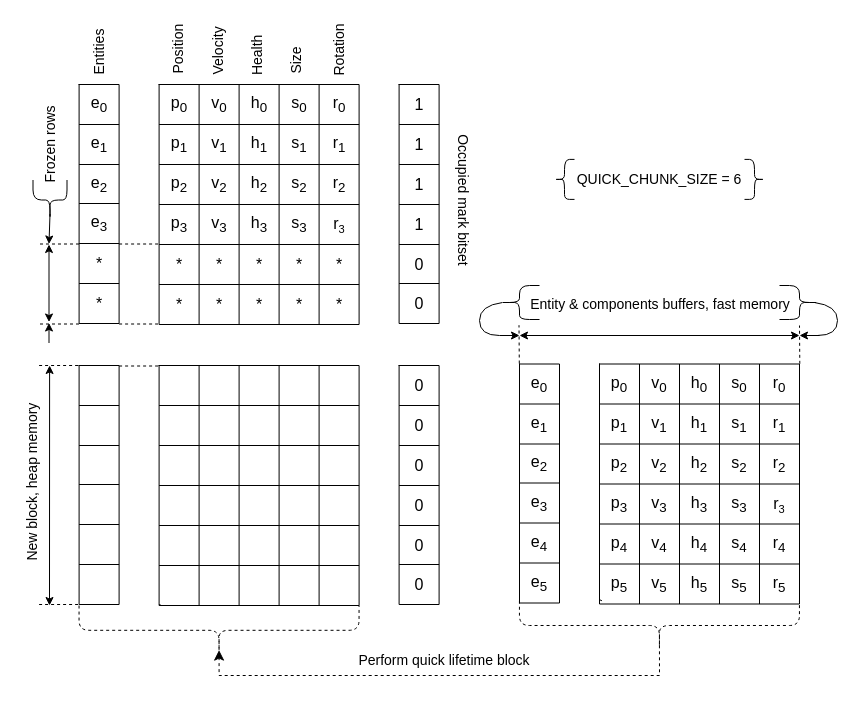
The draw.io diagram docs/quick.drawio in helioscout/moecs, before the edit. Source tidied: cells renumbered, new cells numbered last; positions are measured from the earlier drawing's top-left corner, leaving out a move shared by most shapes. Both pictures are drawn from the tidied source at 100%, with x=0, y=0 at pixel (-58, 31).
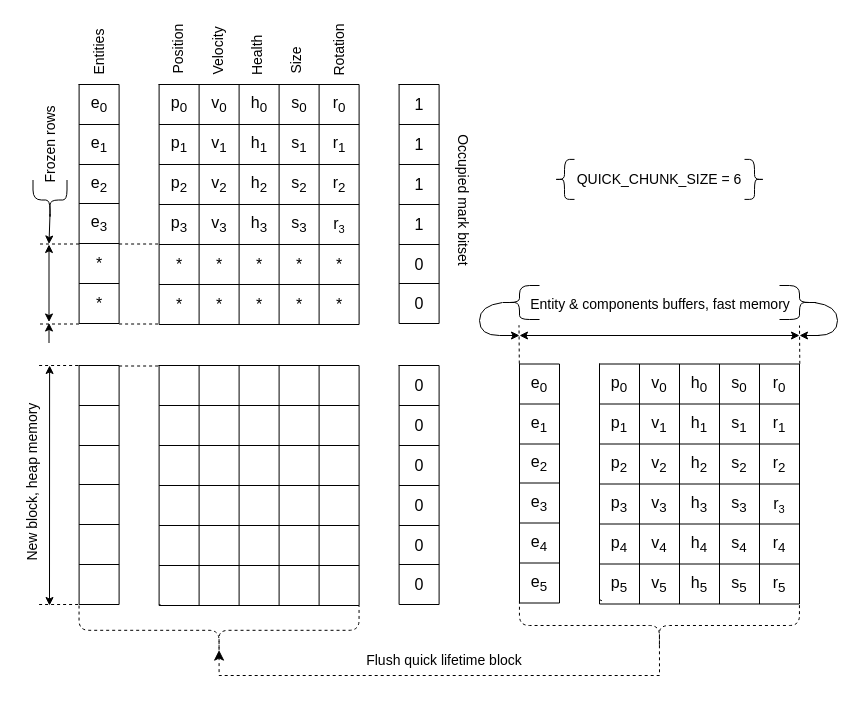
After the change.

What changed in the source:
```diff
@@
-    <mxCell id="217" value="Perform quick lifetime block" style="text;html=1;whiteSpace=wrap;strokeColor=none;fillColor=none;align=center;verticalAlign=middle;rounded=0;fontSize=14;" parent="1" vertex="1">
+    <mxCell id="217" value="Flush quick lifetime block" style="text;html=1;whiteSpace=wrap;strokeColor=none;fillColor=none;align=center;verticalAlign=middle;rounded=0;fontSize=14;" parent="1" vertex="1">
       <mxGeometry x="406.6" y="614" width="190.4" height="30" as="geometry" />
     </mxCell>
```
